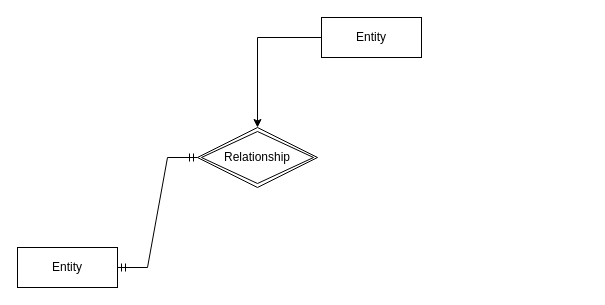
Before: Диаграмма без названия.drawio in samat-rt/drawio, a draw.io diagram. Source tidied: cells renumbered, new cells numbered last; positions are measured from the earlier drawing's top-left corner, leaving out a move shared by most shapes. Both pictures are drawn from the tidied source at 100%, with x=0, y=0 at pixel (17, 17).
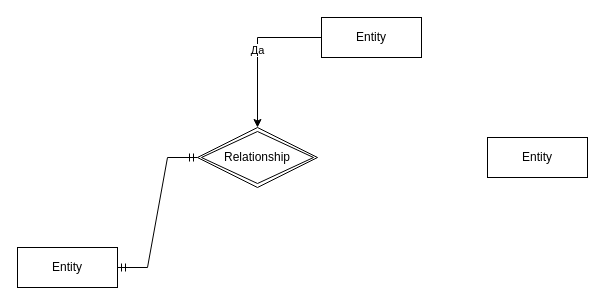
After the change.

Diff of the diagram source:
```diff
@@
 <mxGraphModel>
   <root>
     <mxCell id="0" />
     <mxCell id="1" parent="0" />
     <mxCell id="2" value="Relationship" style="shape=rhombus;double=1;perimeter=rhombusPerimeter;whiteSpace=wrap;html=1;align=center;" parent="1" vertex="1">
       <mxGeometry x="180" y="110" width="120" height="60" as="geometry" />
     </mxCell>
     <mxCell id="3" style="edgeStyle=entityRelationEdgeStyle;fontSize=12;html=1;endArrow=ERmandOne;startArrow=ERmandOne;rounded=0;entryX=0;entryY=0.5;entryDx=0;entryDy=0;exitX=1;exitY=0.5;exitDx=0;exitDy=0;" parent="1" edge="1" source="4" target="2">
       <mxGeometry relative="1" as="geometry" />
     </mxCell>
     <mxCell id="4" value="Entity" style="whiteSpace=wrap;html=1;align=center;" parent="1" vertex="1">
       <mxGeometry y="230" width="100" height="40" as="geometry" />
     </mxCell>
-    <mxCell id="5" style="edgeStyle=orthogonalEdgeStyle;rounded=0;jettySize=auto;html=1;entryX=0.5;entryY=0;entryDx=0;entryDy=0;" parent="1" edge="1" source="6" target="2">
+    <mxCell id="5" value="Да" style="edgeStyle=orthogonalEdgeStyle;rounded=0;jettySize=auto;html=1;entryX=0.5;entryY=0;entryDx=0;entryDy=0;" parent="1" edge="1" source="6" target="2">
       <mxGeometry relative="1" as="geometry" />
     </mxCell>
     <mxCell id="6" value="Entity" style="whiteSpace=wrap;html=1;align=center;" parent="1" vertex="1">
       <mxGeometry x="304" width="100" height="40" as="geometry" />
     </mxCell>
+    <mxCell id="7" value="Entity" style="whiteSpace=wrap;html=1;align=center;" parent="1" vertex="1">
+      <mxGeometry x="470" y="120" width="100" height="40" as="geometry" />
+    </mxCell>
   </root>
 </mxGraphModel>
```
